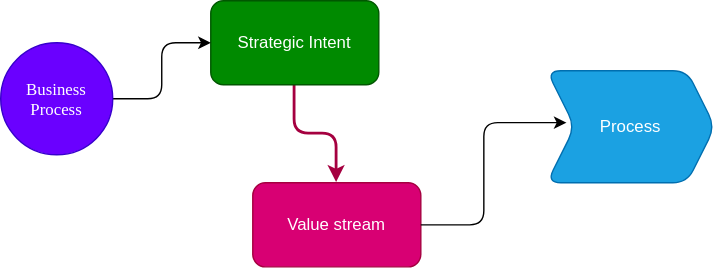
Before: OperatingModel.svg, a diagram exported from draw.io (kieran-travis/drawio). Source tidied: cells renumbered, new cells last; positions are measured from the earlier drawing's top-left corner, leaving out a move shared by most shapes. The source it was exported from:
```xml
<mxGraphModel>
  <root>
    <mxCell id="0" />
    <mxCell id="1" parent="0" />
    <mxCell id="2" style="edgeStyle=orthogonalEdgeStyle;rounded=1;jettySize=auto;html=1;entryX=0.5;entryY=0;entryDx=0;entryDy=0;curved=0;fillColor=#d80073;strokeColor=#A50040;strokeWidth=2;" parent="1" edge="1" source="3" target="4">
      <mxGeometry relative="1" as="geometry" />
    </mxCell>
    <mxCell id="3" value="Strategic Intent" style="rounded=1;whiteSpace=wrap;html=1;fillColor=#008a00;fontColor=#ffffff;strokeColor=#005700;" parent="1" vertex="1">
      <mxGeometry x="150" width="120" height="60" as="geometry" />
    </mxCell>
    <mxCell id="4" value="Value stream" style="whiteSpace=wrap;html=1;rounded=1;fillColor=#d80073;fontColor=#ffffff;strokeColor=#A50040;" parent="1" vertex="1">
      <mxGeometry x="180" y="130" width="120" height="60" as="geometry" />
    </mxCell>
    <mxCell id="5" value="Process" style="shape=step;perimeter=stepPerimeter;whiteSpace=wrap;html=1;fixedSize=1;rounded=1;fillColor=#1ba1e2;fontColor=#ffffff;strokeColor=#006EAF;" parent="1" vertex="1">
      <mxGeometry x="390" y="50" width="120" height="80" as="geometry" />
    </mxCell>
    <mxCell id="6" style="edgeStyle=orthogonalEdgeStyle;rounded=1;jettySize=auto;html=1;entryX=0;entryY=0.5;entryDx=0;entryDy=0;curved=0;" parent="1" edge="1" source="7" target="3">
      <mxGeometry relative="1" as="geometry" />
    </mxCell>
    <mxCell id="7" value="Business Process" style="ellipse;whiteSpace=wrap;html=1;shapeInside=1;fillColor=#6a00ff;fontColor=#ffffff;strokeColor=#3700CC;fontFamily=Georgia;" parent="1" vertex="1">
      <mxGeometry y="30" width="80" height="80" as="geometry" />
    </mxCell>
    <mxCell id="8" style="edgeStyle=orthogonalEdgeStyle;rounded=1;jettySize=auto;html=1;entryX=0.117;entryY=0.463;entryDx=0;entryDy=0;entryPerimeter=0;curved=0;" parent="1" edge="1" source="4" target="5">
      <mxGeometry relative="1" as="geometry" />
    </mxCell>
  </root>
</mxGraphModel>
```
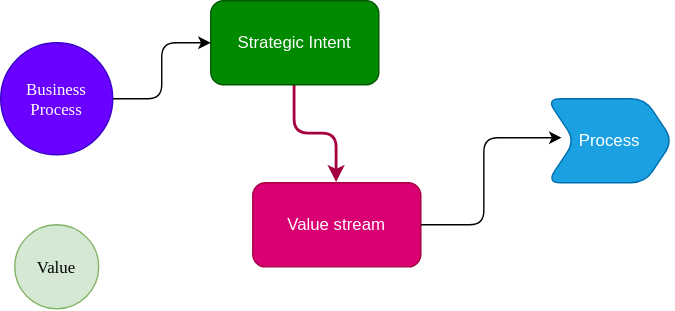
The same diagram one commit later.

Change to the diagram source:
```diff
@@ -12,7 +12,7 @@
       <mxGeometry x="180" y="130" width="120" height="60" as="geometry" />
     </mxCell>
     <mxCell id="5" value="Process" style="shape=step;perimeter=stepPerimeter;whiteSpace=wrap;html=1;fixedSize=1;rounded=1;fillColor=#1ba1e2;fontColor=#ffffff;strokeColor=#006EAF;" parent="1" vertex="1">
-      <mxGeometry x="390" y="50" width="120" height="80" as="geometry" />
+      <mxGeometry x="390" y="70" width="90" height="60" as="geometry" />
     </mxCell>
     <mxCell id="6" style="edgeStyle=orthogonalEdgeStyle;rounded=1;jettySize=auto;html=1;entryX=0;entryY=0.5;entryDx=0;entryDy=0;curved=0;" parent="1" edge="1" source="7" target="3">
       <mxGeometry relative="1" as="geometry" />
@@ -23,5 +23,8 @@
     <mxCell id="8" style="edgeStyle=orthogonalEdgeStyle;rounded=1;jettySize=auto;html=1;entryX=0.117;entryY=0.463;entryDx=0;entryDy=0;entryPerimeter=0;curved=0;" parent="1" edge="1" source="4" target="5">
       <mxGeometry relative="1" as="geometry" />
     </mxCell>
+    <mxCell id="9" value="Value" style="ellipse;whiteSpace=wrap;html=1;shapeInside=1;fillColor=#d5e8d4;strokeColor=#82b366;fontFamily=Georgia;" parent="1" vertex="1">
+      <mxGeometry x="10" y="160" width="60" height="60" as="geometry" />
+    </mxCell>
   </root>
 </mxGraphModel>
```
